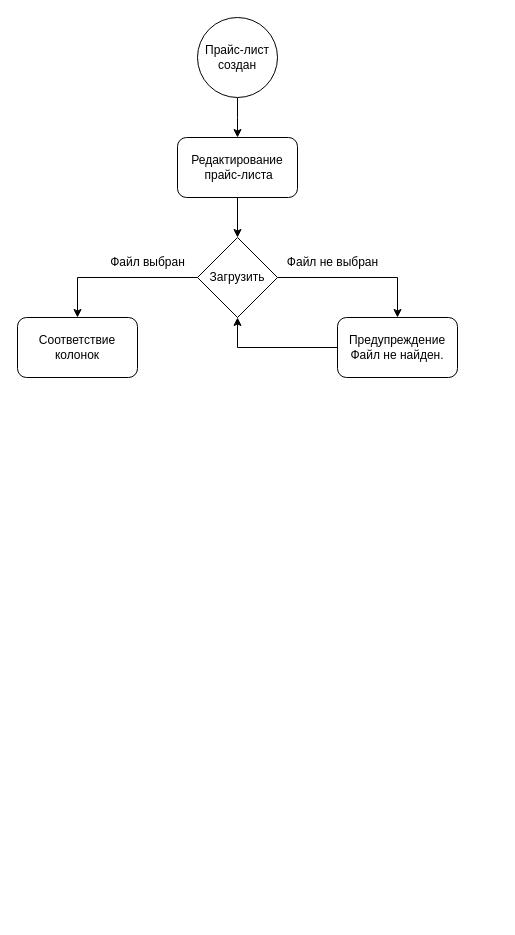
Before: Прайс-листы.drawio in decrent/job4j_elementary, a draw.io diagram. Source tidied: cells renumbered, new cells numbered last; positions are measured from the earlier drawing's top-left corner, leaving out a move shared by most shapes. Both pictures are drawn from the tidied source at 100%, with x=0, y=0 at pixel (17, 17).
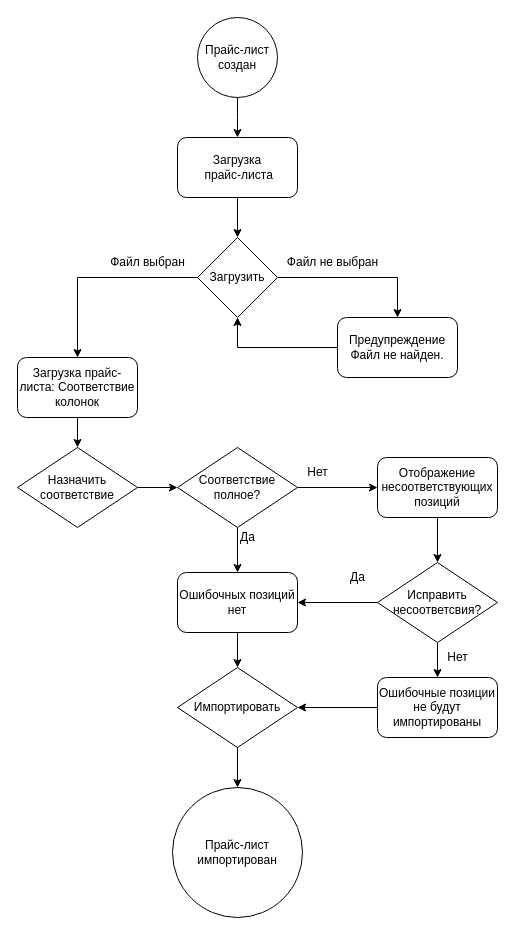
The same page after the edit.

Diff of the diagram source:
```diff
@@
-    <mxCell id="5" value="Редактирование&lt;br&gt;&amp;nbsp;прайс-листа" style="rounded=1;whiteSpace=wrap;html=1;" parent="1" vertex="1">
+    <mxCell id="5" value="Загрузка&lt;br&gt;&amp;nbsp;прайс-листа" style="rounded=1;whiteSpace=wrap;html=1;" parent="1" vertex="1">
       <mxGeometry x="160" y="120" width="120" height="60" as="geometry" />
     </mxCell>
@@
+    <mxCell id="15" style="edgeStyle=orthogonalEdgeStyle;rounded=0;jettySize=auto;html=1;entryX=0.5;entryY=0;entryDx=0;entryDy=0;" parent="1" edge="1" source="10" target="23">
+      <mxGeometry relative="1" as="geometry" />
+    </mxCell>
-    <mxCell id="10" value="Соответствие колонок" style="rounded=1;whiteSpace=wrap;html=1;" parent="1" vertex="1">
-      <mxGeometry y="300" width="120" height="60" as="geometry" />
+    <mxCell id="10" value="Загрузка прайс-листа: Соответствие колонок" style="rounded=1;whiteSpace=wrap;html=1;" parent="1" vertex="1">
+      <mxGeometry y="340" width="120" height="60" as="geometry" />
     </mxCell>
@@
+    <mxCell id="16" style="edgeStyle=orthogonalEdgeStyle;rounded=0;jettySize=auto;html=1;entryX=0.5;entryY=0;entryDx=0;entryDy=0;" parent="1" edge="1" source="17" target="18">
+      <mxGeometry relative="1" as="geometry" />
+    </mxCell>
+    <mxCell id="17" value="Импортировать" style="rhombus;whiteSpace=wrap;html=1;" parent="1" vertex="1">
+      <mxGeometry x="160" y="650" width="120" height="80" as="geometry" />
+    </mxCell>
+    <mxCell id="18" value="&lt;div&gt;&lt;span style=&quot;font-weight: 400;&quot;&gt;Прайс-лист импортирован&lt;/span&gt;&lt;/div&gt;" style="ellipse;whiteSpace=wrap;html=1;" parent="1" vertex="1">
+      <mxGeometry x="155" y="770" width="130" height="130" as="geometry" />
+    </mxCell>
+    <mxCell id="19" style="edgeStyle=orthogonalEdgeStyle;rounded=0;jettySize=auto;html=1;entryX=0.5;entryY=0;entryDx=0;entryDy=0;" parent="1" edge="1" source="21" target="25">
+      <mxGeometry relative="1" as="geometry" />
+    </mxCell>
+    <mxCell id="20" style="edgeStyle=orthogonalEdgeStyle;rounded=0;jettySize=auto;html=1;entryX=0;entryY=0.5;entryDx=0;entryDy=0;" parent="1" edge="1" source="21" target="28">
+      <mxGeometry relative="1" as="geometry" />
+    </mxCell>
+    <mxCell id="21" value="Соответствие полное?" style="rhombus;whiteSpace=wrap;html=1;" parent="1" vertex="1">
+      <mxGeometry x="160" y="430" width="120" height="80" as="geometry" />
+    </mxCell>
+    <mxCell id="22" style="edgeStyle=orthogonalEdgeStyle;rounded=0;jettySize=auto;html=1;entryX=0;entryY=0.5;entryDx=0;entryDy=0;" parent="1" edge="1" source="23" target="21">
+      <mxGeometry relative="1" as="geometry" />
+    </mxCell>
+    <mxCell id="23" value="Назначить соответствие" style="rhombus;whiteSpace=wrap;html=1;" parent="1" vertex="1">
+      <mxGeometry y="430" width="120" height="80" as="geometry" />
+    </mxCell>
+    <mxCell id="24" style="edgeStyle=orthogonalEdgeStyle;rounded=0;jettySize=auto;html=1;entryX=0.5;entryY=0;entryDx=0;entryDy=0;" parent="1" edge="1" source="25" target="17">
+      <mxGeometry relative="1" as="geometry" />
+    </mxCell>
+    <mxCell id="25" value="Ошибочных позиций нет" style="rounded=1;whiteSpace=wrap;html=1;" parent="1" vertex="1">
+      <mxGeometry x="160" y="555" width="120" height="60" as="geometry" />
+    </mxCell>
+    <mxCell id="26" value="Да" style="text;html=1;align=center;verticalAlign=middle;strokeColor=none;fillColor=none;" parent="1" vertex="1">
+      <mxGeometry x="210" y="505" width="40" height="30" as="geometry" />
+    </mxCell>
+    <mxCell id="27" style="edgeStyle=orthogonalEdgeStyle;rounded=0;jettySize=auto;html=1;" parent="1" edge="1" source="28" target="31">
+      <mxGeometry relative="1" as="geometry" />
+    </mxCell>
+    <mxCell id="28" value="Отображение несоответствующих позиций" style="rounded=1;whiteSpace=wrap;html=1;" parent="1" vertex="1">
+      <mxGeometry x="360" y="440" width="120" height="60" as="geometry" />
+    </mxCell>
+    <mxCell id="29" style="edgeStyle=orthogonalEdgeStyle;rounded=0;jettySize=auto;html=1;entryX=1;entryY=0.5;entryDx=0;entryDy=0;" parent="1" edge="1" source="31" target="25">
+      <mxGeometry relative="1" as="geometry" />
+    </mxCell>
+    <mxCell id="30" style="edgeStyle=orthogonalEdgeStyle;rounded=0;jettySize=auto;html=1;entryX=0.5;entryY=0;entryDx=0;entryDy=0;" parent="1" edge="1" source="31" target="35">
+      <mxGeometry relative="1" as="geometry" />
+    </mxCell>
+    <mxCell id="31" value="Исправить несоответсвия?" style="rhombus;whiteSpace=wrap;html=1;" parent="1" vertex="1">
+      <mxGeometry x="360" y="545" width="120" height="80" as="geometry" />
+    </mxCell>
+    <mxCell id="32" value="Да" style="text;html=1;align=center;verticalAlign=middle;strokeColor=none;fillColor=none;" parent="1" vertex="1">
+      <mxGeometry x="320" y="545" width="40" height="30" as="geometry" />
+    </mxCell>
+    <mxCell id="33" value="Нет" style="text;html=1;align=center;verticalAlign=middle;strokeColor=none;fillColor=none;" parent="1" vertex="1">
+      <mxGeometry x="280" y="440" width="40" height="30" as="geometry" />
+    </mxCell>
+    <mxCell id="34" style="edgeStyle=orthogonalEdgeStyle;rounded=0;jettySize=auto;html=1;entryX=1;entryY=0.5;entryDx=0;entryDy=0;" parent="1" edge="1" source="35" target="17">
+      <mxGeometry relative="1" as="geometry" />
+    </mxCell>
+    <mxCell id="35" value="Ошибочные позиции не будут импортированы" style="rounded=1;whiteSpace=wrap;html=1;" parent="1" vertex="1">
+      <mxGeometry x="360" y="660" width="120" height="60" as="geometry" />
+    </mxCell>
+    <mxCell id="36" value="Нет" style="text;html=1;align=center;verticalAlign=middle;strokeColor=none;fillColor=none;" parent="1" vertex="1">
+      <mxGeometry x="420" y="625" width="40" height="30" as="geometry" />
+    </mxCell>
```
